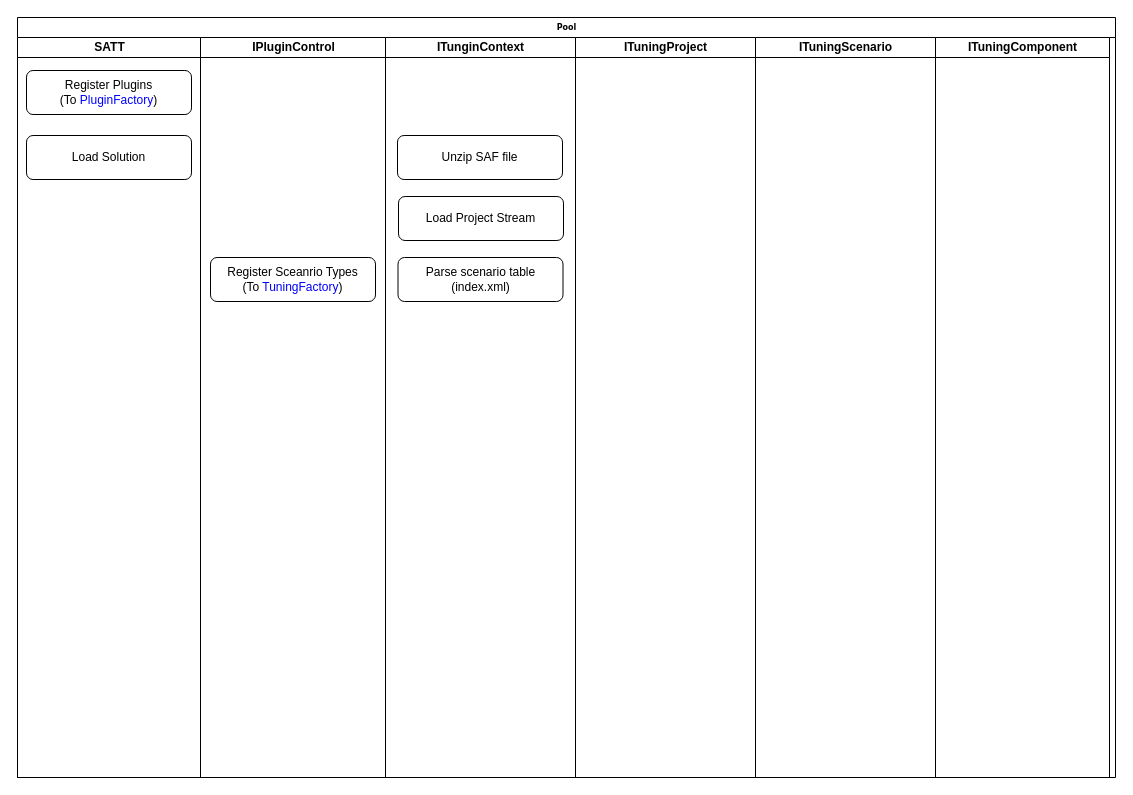
The draw.io diagram flow.drawio in amw18/ap08, before the edit. Source tidied: cells renumbered, new cells numbered last; positions are measured from the earlier drawing's top-left corner, leaving out a move shared by most shapes. Both pictures are drawn from the tidied source at 100%, with x=0, y=0 at pixel (17, 17).
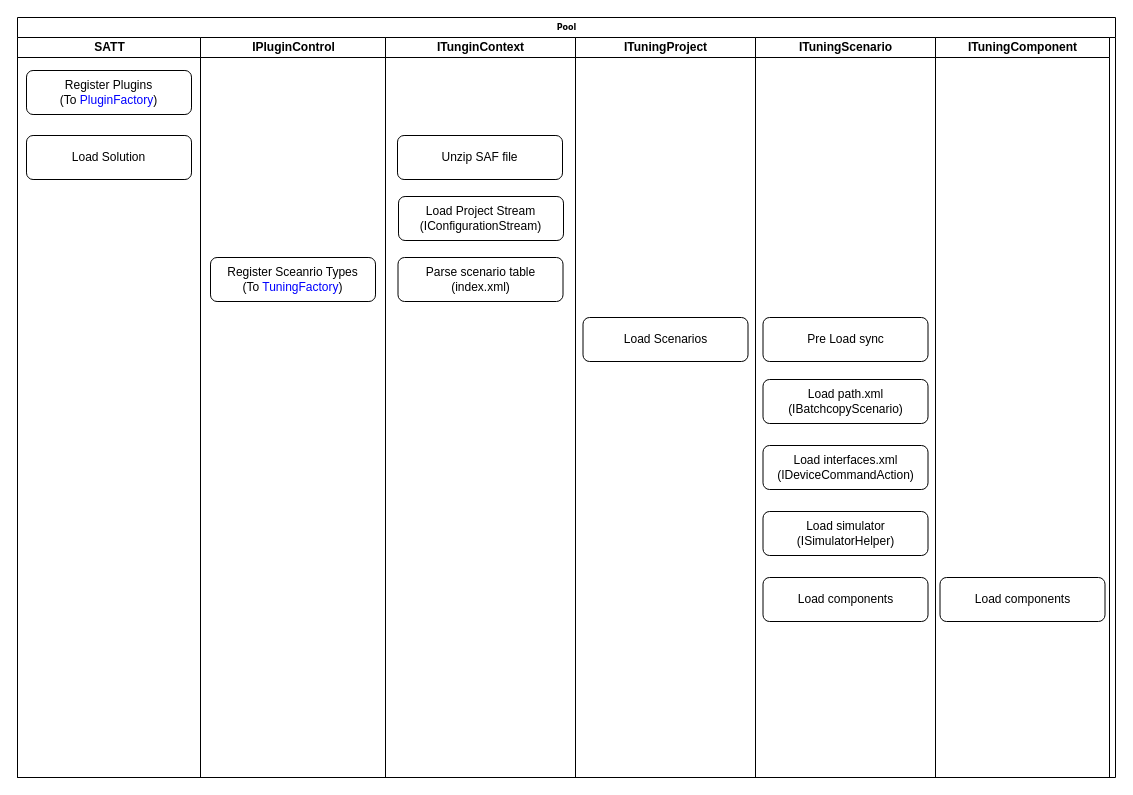
The same page after the edit.

Unchanged cells that the change refers to:
```xml
<mxCell id="8" value="ITunginContext" style="swimlane;html=1;startSize=20;" parent="2" vertex="1">
  <mxGeometry x="368" y="20" width="190" height="740" as="geometry" />
</mxCell>
<mxCell id="12" value="ITuningProject" style="swimlane;html=1;startSize=20;" parent="2" vertex="1">
  <mxGeometry x="558" y="20" width="180" height="740" as="geometry" />
</mxCell>
<mxCell id="13" value="ITuningScenario" style="swimlane;html=1;startSize=20;" parent="2" vertex="1">
  <mxGeometry x="738" y="20" width="180" height="740" as="geometry" />
</mxCell>
<mxCell id="14" value="ITuningComponent" style="swimlane;html=1;startSize=20;" parent="2" vertex="1">
  <mxGeometry x="918" y="20" width="174" height="740" as="geometry" />
</mxCell>
```

What changed in the source:
```diff
@@
-    <mxCell id="10" value="Load Project Stream" style="rounded=1;whiteSpace=wrap;html=1;" parent="8" vertex="1">
+    <mxCell id="10" value="Load Project Stream&lt;br&gt;(IConfigurationStream)" style="rounded=1;whiteSpace=wrap;html=1;" parent="8" vertex="1">
       <mxGeometry x="13" y="159" width="165" height="44" as="geometry" />
     </mxCell>
@@
+    <mxCell id="15" value="Load Scenarios" style="rounded=1;whiteSpace=wrap;html=1;" parent="12" vertex="1">
+      <mxGeometry x="7.5" y="280" width="165" height="44" as="geometry" />
+    </mxCell>
@@
+    <mxCell id="16" value="Pre Load sync" style="rounded=1;whiteSpace=wrap;html=1;" parent="13" vertex="1">
+      <mxGeometry x="7.5" y="280" width="165" height="44" as="geometry" />
+    </mxCell>
+    <mxCell id="17" value="Load path.xml&lt;br&gt;(IBatchcopyScenario)" style="rounded=1;whiteSpace=wrap;html=1;" parent="13" vertex="1">
+      <mxGeometry x="7.5" y="342" width="165" height="44" as="geometry" />
+    </mxCell>
+    <mxCell id="18" value="Load interfaces.xml&lt;br&gt;(IDeviceCommandAction)" style="rounded=1;whiteSpace=wrap;html=1;" parent="13" vertex="1">
+      <mxGeometry x="7.5" y="408" width="165" height="44" as="geometry" />
+    </mxCell>
+    <mxCell id="19" value="Load simulator&lt;br&gt;(ISimulatorHelper)" style="rounded=1;whiteSpace=wrap;html=1;" parent="13" vertex="1">
+      <mxGeometry x="7.5" y="474" width="165" height="44" as="geometry" />
+    </mxCell>
+    <mxCell id="20" value="Load components" style="rounded=1;whiteSpace=wrap;html=1;" parent="13" vertex="1">
+      <mxGeometry x="7.5" y="540" width="165" height="44" as="geometry" />
+    </mxCell>
@@
+    <mxCell id="21" value="Load components" style="rounded=1;whiteSpace=wrap;html=1;" parent="14" vertex="1">
+      <mxGeometry x="4.5" y="540" width="165" height="44" as="geometry" />
+    </mxCell>
```
